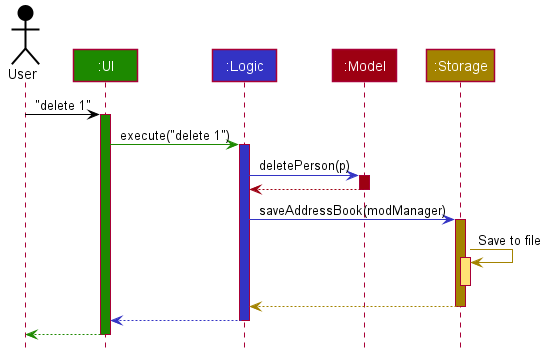
This is docs/images/ArchitectureSequenceDiagram.png from zixinn/main, a PlantUML export, as it was before one commit.
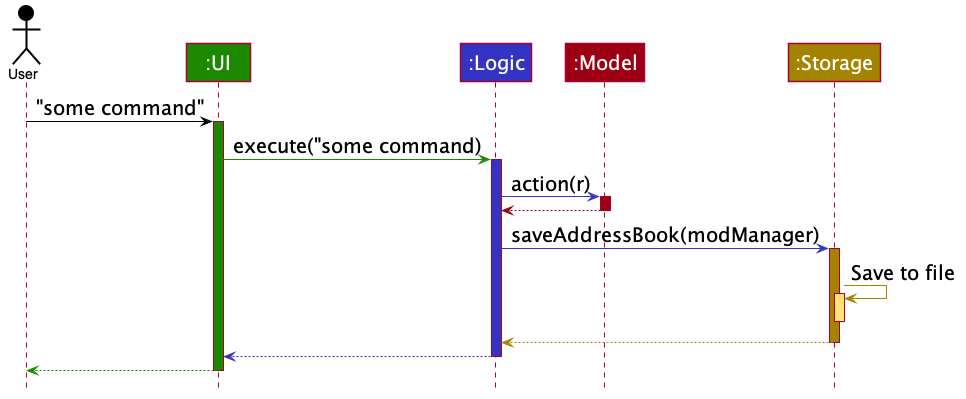
Above is the later version.

Diff of the diagram source:
```diff
@@ -1,4 +1,5 @@
 @startuml
+
 
 
 
@@ -27,7 +28,7 @@
 
 skinparam Sequence {
     MessageAlign center
-    BoxFontSize 15
+    BoxFontSize 50
     BoxPadding 0
     BoxFontColor #FFFFFF
     FontName Arial
@@ -36,8 +37,10 @@
 skinparam Participant {
     FontColor #FFFFFFF
     Padding 20
+    FontSize 50
 }
 
+skinparam ArrowFontSize 40
 skinparam MinClassWidth 50
 skinparam ParticipantPadding 10
 skinparam Shadowing false
@@ -47,6 +50,9 @@
 hide footbox
 hide members
 hide circle
+skinparam ArrowFontSize 20
+skinparam BoxFontSize 20
+skinparam ParticipantFontSize 20
 
 Actor User as user #000000
 Participant ":UI" as ui #1D8900
@@ -54,13 +60,13 @@
 Participant ":Model" as model #9D0012
 Participant ":Storage" as storage #A38300
 
-user -[#000000]> ui : "delete 1"
+user -[#000000]> ui : "some command"
 activate ui #1D8900
 
-ui -[#1D8900]> logic : execute("delete 1")
+ui -[#1D8900]> logic : execute("some command)
 activate logic #3333C4
 
-logic -[#3333C4]> model : deletePerson(p)
+logic -[#3333C4]> model : action(r)
 activate model #9D0012
 
 model -[#9D0012]-> logic
```
